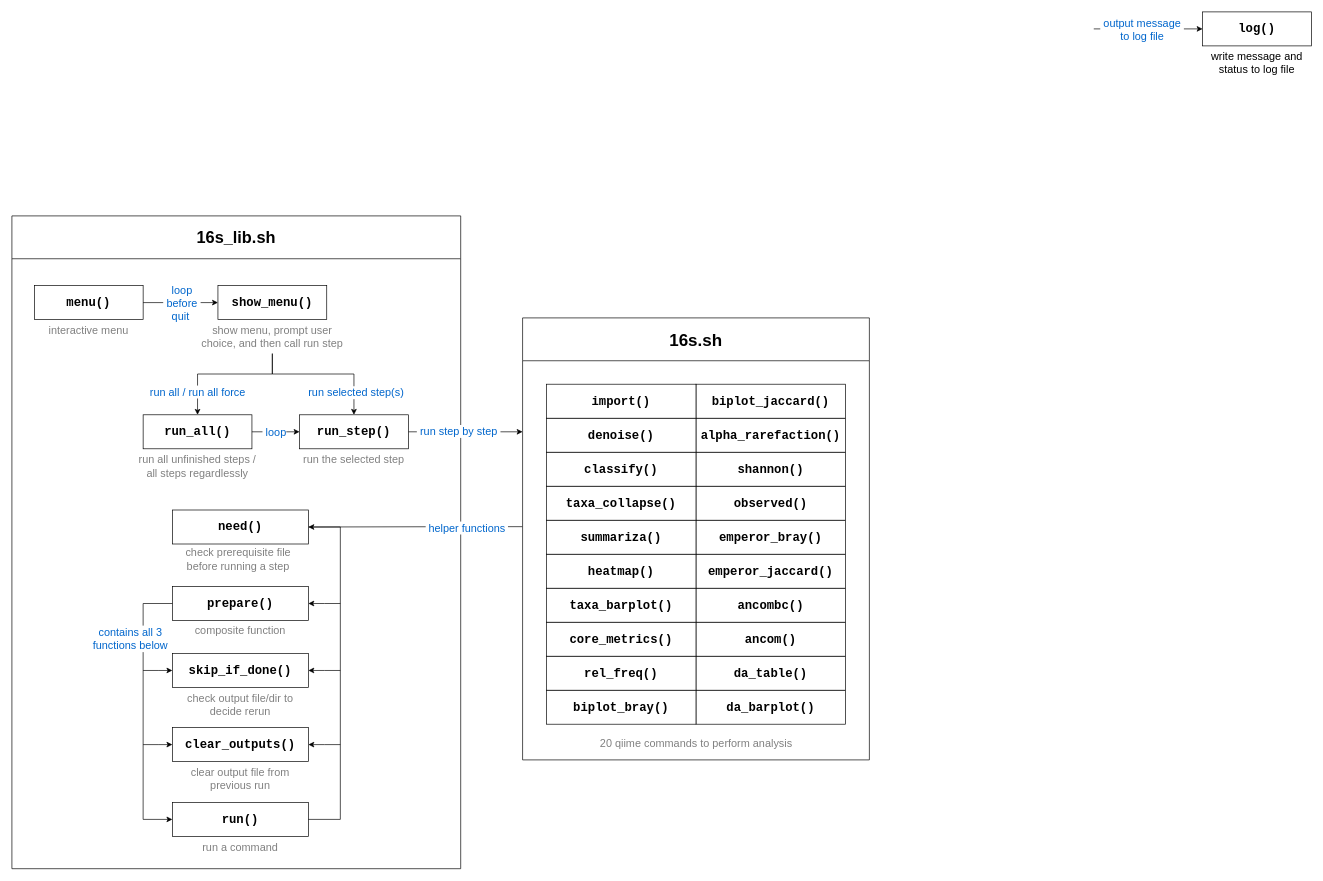
The draw.io diagram img/function_dependencies/function_dependencies.drawio in nguyuling/16S-Analysis, before the edit. Source tidied: cells renumbered, new cells numbered last; positions are measured from the earlier drawing's top-left corner, leaving out a move shared by most shapes. Both pictures are drawn from the tidied source at 68%, with x=0, y=0 at pixel (12, 12).
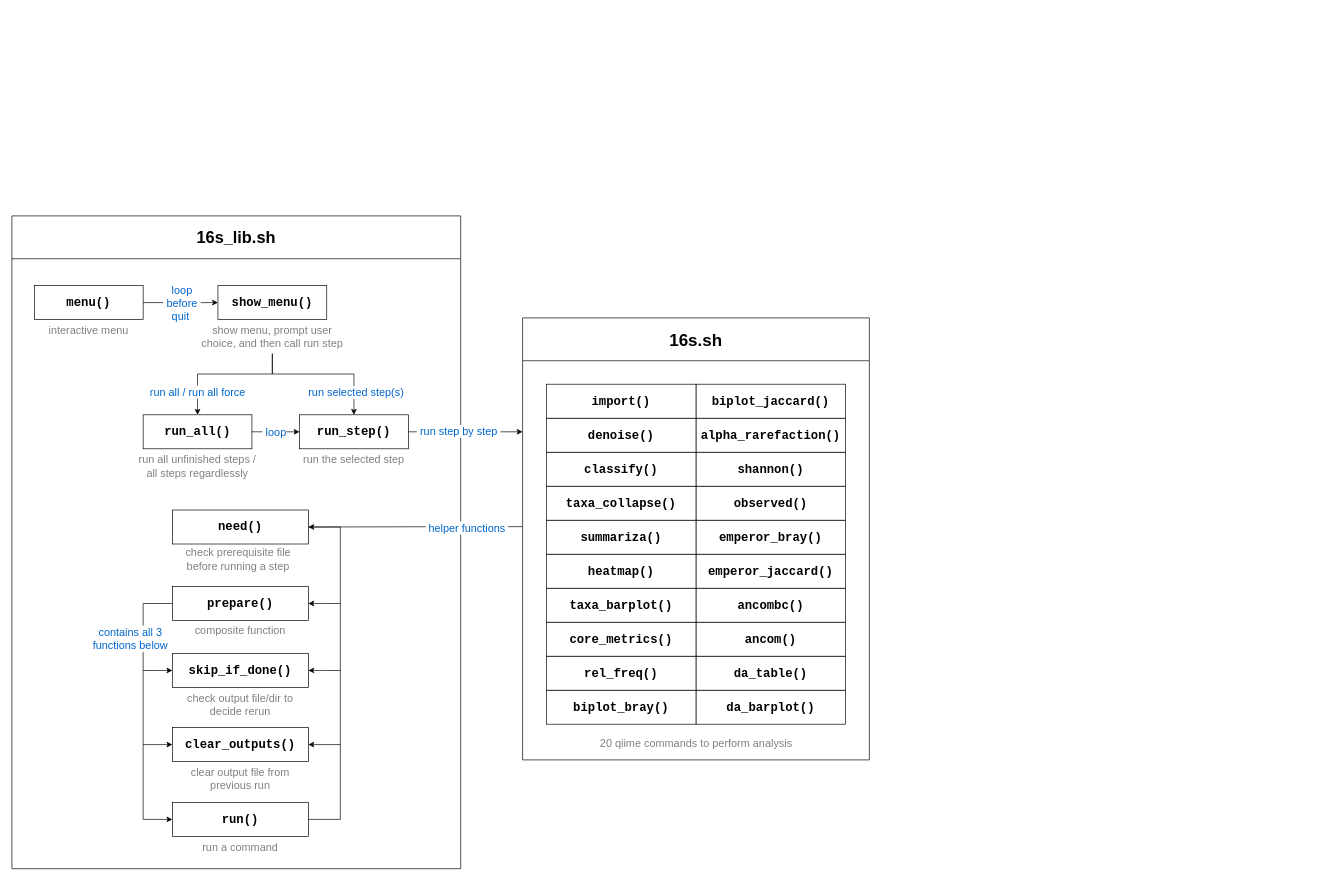
After the change.

Change to the diagram source:
```diff
@@
-    <mxCell id="46" style="group;fontStyle=1;" parent="1" vertex="1">
-      <mxGeometry x="1751" width="160" height="90" as="geometry" />
-    </mxCell>
-    <mxCell id="47" style="edgeStyle=orthogonalEdgeStyle;rounded=0;jettySize=auto;html=1;defaultLabelBackgroundColor=page;startArrow=classic;startFill=1;endArrow=none;endFill=0;" parent="46" edge="1" source="49">
-      <mxGeometry relative="1" as="geometry">
-        <mxPoint x="-160" y="25" as="targetPoint" />
-      </mxGeometry>
-    </mxCell>
-    <mxCell id="48" value="&lt;font style=&quot;font-size: 16px;&quot;&gt;&amp;nbsp;output message&amp;nbsp;&lt;/font&gt;&lt;div&gt;&lt;font style=&quot;font-size: 16px;&quot;&gt;to log file&lt;/font&gt;&lt;br&gt;&lt;/div&gt;" style="edgeLabel;html=1;align=center;verticalAlign=middle;inheritText=fontFamily,fontSize,fontStyle,textOpacity,labelBorderColor,labelBorderWidth,labelBackgroundColor,defaultLabelBackgroundColor,labelPadding;defaultLabelBackgroundColor=page;fontColor=#0066CC;" parent="47" vertex="1">
-      <mxGeometry x="-0.01" relative="1" as="geometry">
-        <mxPoint x="-11" as="offset" />
-      </mxGeometry>
-    </mxCell>
-    <mxCell id="49" value="&lt;font style=&quot;font-size: 18px;&quot; face=&quot;Courier New&quot;&gt;&lt;b&gt;log()&lt;/b&gt;&lt;/font&gt;" style="rounded=0;whiteSpace=wrap;html=1;fillColor=default;" parent="46" vertex="1">
-      <mxGeometry width="160" height="50" as="geometry" />
-    </mxCell>
-    <mxCell id="50" value="write message and status to log file" style="text;html=1;whiteSpace=wrap;strokeColor=none;fillColor=none;align=center;verticalAlign=middle;rounded=0;fontSize=16;" parent="46" vertex="1">
-      <mxGeometry y="60" width="160" height="30" as="geometry" />
-    </mxCell>
```
